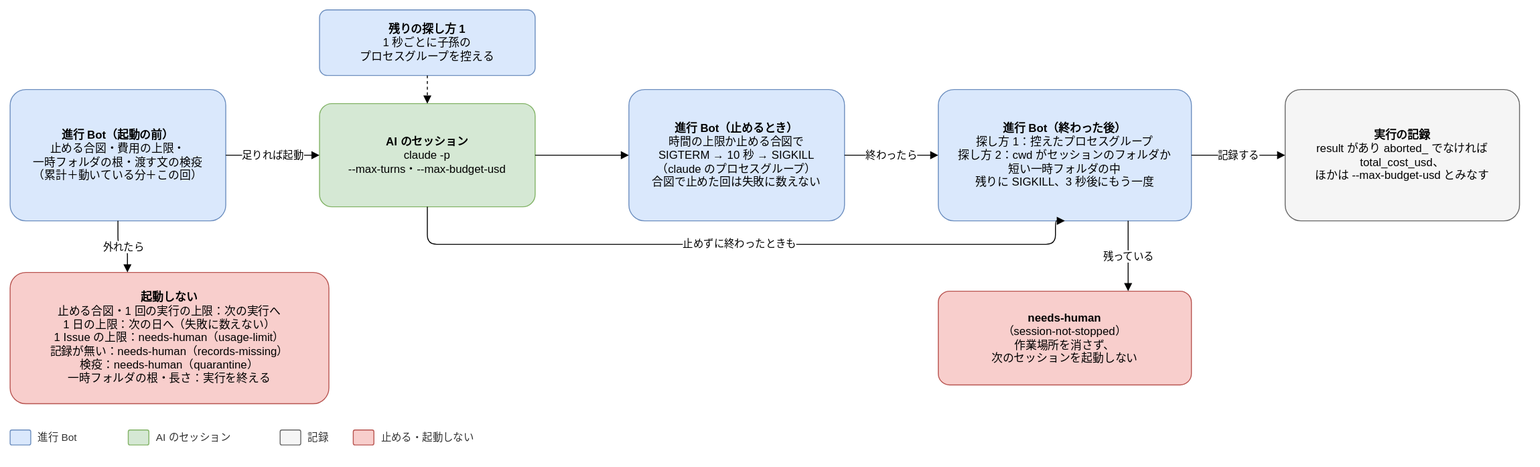
Earlier version of the draw.io export docs/design/basic/diagrams/03-stop-and-usage.drawio.svg (Joymerrevent/dev-autopilot). Source tidied: cells renumbered, new cells last; positions are measured from the earlier drawing's top-left corner, leaving out a move shared by most shapes.
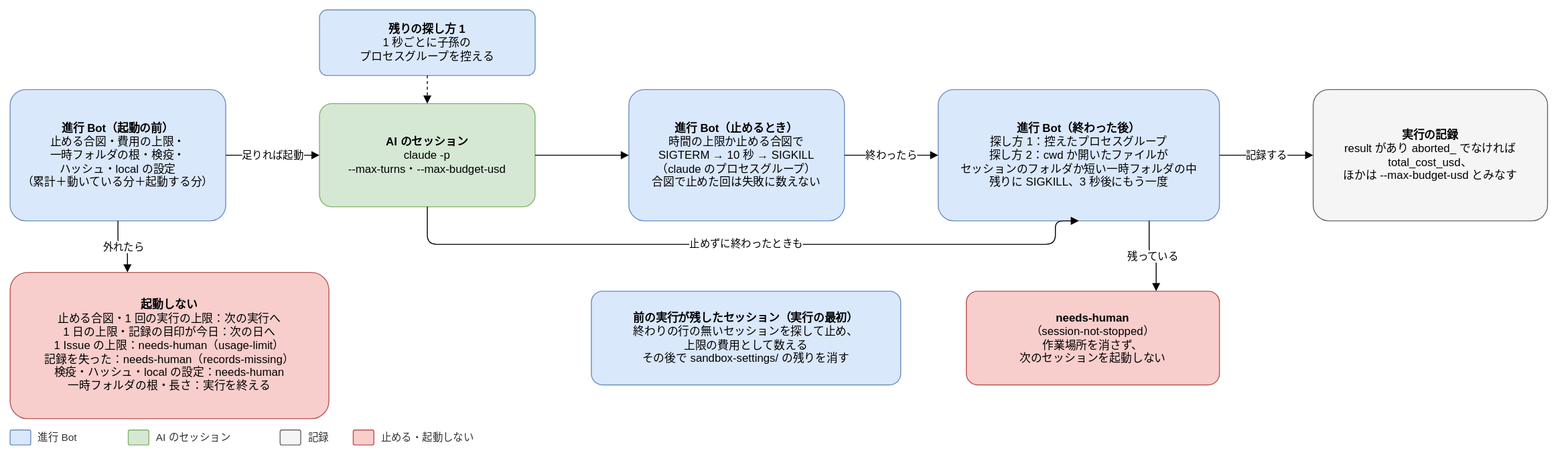
After the change.

Diff of the diagram source:
```diff
@@ -2,7 +2,7 @@
   <root>
     <mxCell id="0" />
     <mxCell id="1" parent="0" />
-    <mxCell id="2" value="&lt;b&gt;進行 Bot（起動の前）&lt;/b&gt;&lt;br&gt;止める合図・費用の上限・&lt;br&gt;一時フォルダの根・渡す文の検疫&lt;br&gt;（累計＋動いている分＋この回）" style="rounded=1;whiteSpace=wrap;html=1;fontSize=12;arcSize=12;spacing=12;fillColor=#dae8fc;strokeColor=#6c8ebf;" parent="1" vertex="1">
+    <mxCell id="2" value="&lt;b&gt;進行 Bot（起動の前）&lt;/b&gt;&lt;br&gt;止める合図・費用の上限・&lt;br&gt;一時フォルダの根・検疫・&lt;br&gt;ハッシュ・local の設定&lt;br&gt;（累計＋動いている分＋起動する分）" style="rounded=1;whiteSpace=wrap;html=1;fontSize=12;arcSize=12;spacing=12;fillColor=#dae8fc;strokeColor=#6c8ebf;" parent="1" vertex="1">
       <mxGeometry y="85" width="230" height="140" as="geometry" />
     </mxCell>
     <mxCell id="3" value="&lt;b&gt;AI のセッション&lt;/b&gt;&lt;br&gt;claude -p&lt;br&gt;--max-turns・--max-budget-usd" style="rounded=1;whiteSpace=wrap;html=1;fontSize=12;arcSize=12;spacing=12;fillColor=#d5e8d4;strokeColor=#82b366;" parent="1" vertex="1">
@@ -23,8 +23,8 @@
     <mxCell id="8" style="edgeStyle=orthogonalEdgeStyle;rounded=1;html=1;endArrow=block;endFill=1;fontSize=11;labelBackgroundColor=#ffffff;exitX=1;exitY=0.5;exitDx=0;exitDy=0;entryX=0;entryY=0.5;entryDx=0;entryDy=0;" parent="1" edge="1" source="3" target="7">
       <mxGeometry relative="1" as="geometry" />
     </mxCell>
-    <mxCell id="9" value="&lt;b&gt;進行 Bot（終わった後）&lt;/b&gt;&lt;br&gt;探し方 1：控えたプロセスグループ&lt;br&gt;探し方 2：cwd がセッションのフォルダか&lt;br&gt;短い一時フォルダの中&lt;br&gt;残りに SIGKILL、3 秒後にもう一度" style="rounded=1;whiteSpace=wrap;html=1;fontSize=12;arcSize=12;spacing=12;fillColor=#dae8fc;strokeColor=#6c8ebf;" parent="1" vertex="1">
-      <mxGeometry x="990" y="85" width="270" height="140" as="geometry" />
+    <mxCell id="9" value="&lt;b&gt;進行 Bot（終わった後）&lt;/b&gt;&lt;br&gt;探し方 1：控えたプロセスグループ&lt;br&gt;探し方 2：cwd か開いたファイルが&lt;br&gt;セッションのフォルダか短い一時フォルダの中&lt;br&gt;残りに SIGKILL、3 秒後にもう一度" style="rounded=1;whiteSpace=wrap;html=1;fontSize=12;arcSize=12;spacing=12;fillColor=#dae8fc;strokeColor=#6c8ebf;" parent="1" vertex="1">
+      <mxGeometry x="990" y="85" width="300" height="140" as="geometry" />
     </mxCell>
     <mxCell id="10" value="終わったら" style="edgeStyle=orthogonalEdgeStyle;rounded=1;html=1;endArrow=block;endFill=1;fontSize=11;labelBackgroundColor=#ffffff;exitX=1;exitY=0.5;exitDx=0;exitDy=0;entryX=0;entryY=0.5;entryDx=0;entryDy=0;" parent="1" edge="1" source="7" target="9">
       <mxGeometry relative="1" as="geometry" />
@@ -38,19 +38,19 @@
       </mxGeometry>
     </mxCell>
     <mxCell id="12" value="&lt;b&gt;実行の記録&lt;/b&gt;&lt;br&gt;result があり aborted_ でなければ&lt;br&gt;total_cost_usd、&lt;br&gt;ほかは --max-budget-usd とみなす" style="rounded=1;whiteSpace=wrap;html=1;fontSize=12;arcSize=12;spacing=12;fillColor=#f5f5f5;strokeColor=#666666;" parent="1" vertex="1">
-      <mxGeometry x="1360" y="85" width="250" height="140" as="geometry" />
+      <mxGeometry x="1390" y="85" width="250" height="140" as="geometry" />
     </mxCell>
     <mxCell id="13" value="記録する" style="edgeStyle=orthogonalEdgeStyle;rounded=1;html=1;endArrow=block;endFill=1;fontSize=11;labelBackgroundColor=#ffffff;exitX=1;exitY=0.5;exitDx=0;exitDy=0;entryX=0;entryY=0.5;entryDx=0;entryDy=0;" parent="1" edge="1" source="9" target="12">
       <mxGeometry relative="1" as="geometry" />
     </mxCell>
     <mxCell id="14" value="&lt;b&gt;needs-human&lt;/b&gt;&lt;br&gt;（session-not-stopped）&lt;br&gt;作業場所を消さず、&lt;br&gt;次のセッションを起動しない" style="rounded=1;whiteSpace=wrap;html=1;fontSize=12;arcSize=12;spacing=12;fillColor=#f8cecc;strokeColor=#b85450;" parent="1" vertex="1">
-      <mxGeometry x="990" y="300" width="270" height="100" as="geometry" />
+      <mxGeometry x="1020" y="300" width="270" height="100" as="geometry" />
     </mxCell>
     <mxCell id="15" value="残っている" style="edgeStyle=orthogonalEdgeStyle;rounded=1;html=1;endArrow=block;endFill=1;fontSize=11;labelBackgroundColor=#ffffff;exitX=0.75;exitY=1;exitDx=0;exitDy=0;entryX=0.75;entryY=0;entryDx=0;entryDy=0;" parent="1" edge="1" source="9" target="14">
       <mxGeometry relative="1" as="geometry" />
     </mxCell>
-    <mxCell id="16" value="&lt;b&gt;起動しない&lt;/b&gt;&lt;br&gt;止める合図・1 回の実行の上限：次の実行へ&lt;br&gt;1 日の上限：次の日へ（失敗に数えない）&lt;br&gt;1 Issue の上限：needs-human（usage-limit）&lt;br&gt;記録が無い：needs-human（records-missing）&lt;br&gt;検疫：needs-human（quarantine）&lt;br&gt;一時フォルダの根・長さ：実行を終える" style="rounded=1;whiteSpace=wrap;html=1;fontSize=12;arcSize=12;spacing=12;fillColor=#f8cecc;strokeColor=#b85450;" parent="1" vertex="1">
-      <mxGeometry y="280" width="340" height="140" as="geometry" />
+    <mxCell id="16" value="&lt;b&gt;起動しない&lt;/b&gt;&lt;br&gt;止める合図・1 回の実行の上限：次の実行へ&lt;br&gt;1 日の上限・記録の目印が今日：次の日へ&lt;br&gt;1 Issue の上限：needs-human（usage-limit）&lt;br&gt;記録を失った：needs-human（records-missing）&lt;br&gt;検疫・ハッシュ・local の設定：needs-human&lt;br&gt;一時フォルダの根・長さ：実行を終える" style="rounded=1;whiteSpace=wrap;html=1;fontSize=12;arcSize=12;spacing=12;fillColor=#f8cecc;strokeColor=#b85450;" parent="1" vertex="1">
+      <mxGeometry y="280" width="340" height="156" as="geometry" />
     </mxCell>
     <mxCell id="17" value="外れたら" style="edgeStyle=orthogonalEdgeStyle;rounded=1;html=1;endArrow=block;endFill=1;fontSize=11;labelBackgroundColor=#ffffff;exitX=0.5;exitY=1;exitDx=0;exitDy=0;entryX=0.368;entryY=0;entryDx=0;entryDy=0;" parent="1" edge="1" source="2" target="16">
       <mxGeometry relative="1" as="geometry" />
@@ -79,5 +79,8 @@
     <mxCell id="25" value="止める・起動しない" style="text;html=1;align=left;verticalAlign=middle;fontSize=11;fontColor=#333333;" parent="1" vertex="1">
       <mxGeometry x="394" y="446" width="118" height="20" as="geometry" />
     </mxCell>
+    <mxCell id="26" value="&lt;b&gt;前の実行が残したセッション（実行の最初）&lt;/b&gt;&lt;br&gt;終わりの行の無いセッションを探して止め、&lt;br&gt;上限の費用として数える&lt;br&gt;その後で sandbox-settings/ の残りを消す" style="rounded=1;whiteSpace=wrap;html=1;fontSize=12;arcSize=12;spacing=12;fillColor=#dae8fc;strokeColor=#6c8ebf;" parent="1" vertex="1">
+      <mxGeometry x="620" y="300" width="330" height="100" as="geometry" />
+    </mxCell>
   </root>
 </mxGraphModel>
```
